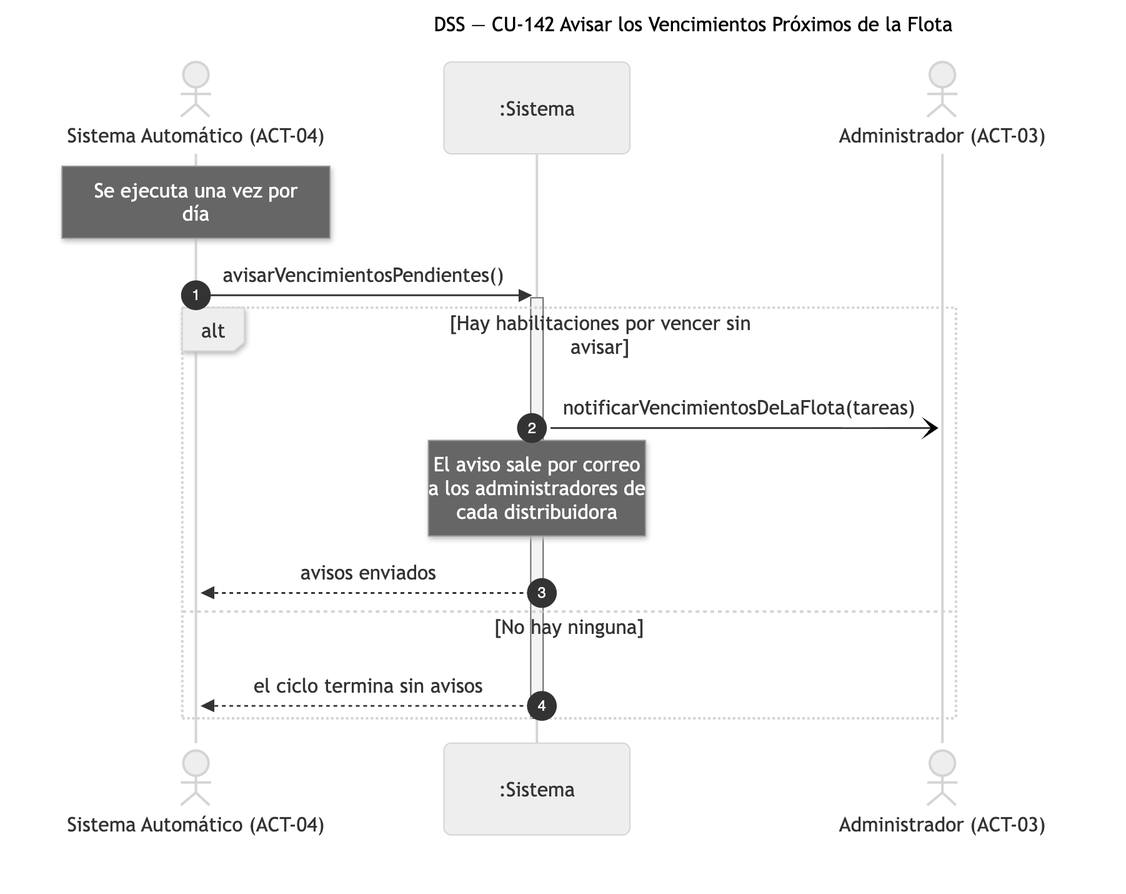
Earlier version of the Mermaid export diagramas/png/DSS_CU-142_Avisar-los-Vencimientos-Proximos-de-la-Flota.png (Nahuelito-Dev/splg-docs). Its source is kept beside it as diagramas/DSS_CU-142_Avisar-los-Vencimientos-Proximos-de-la-Flota.mmd.
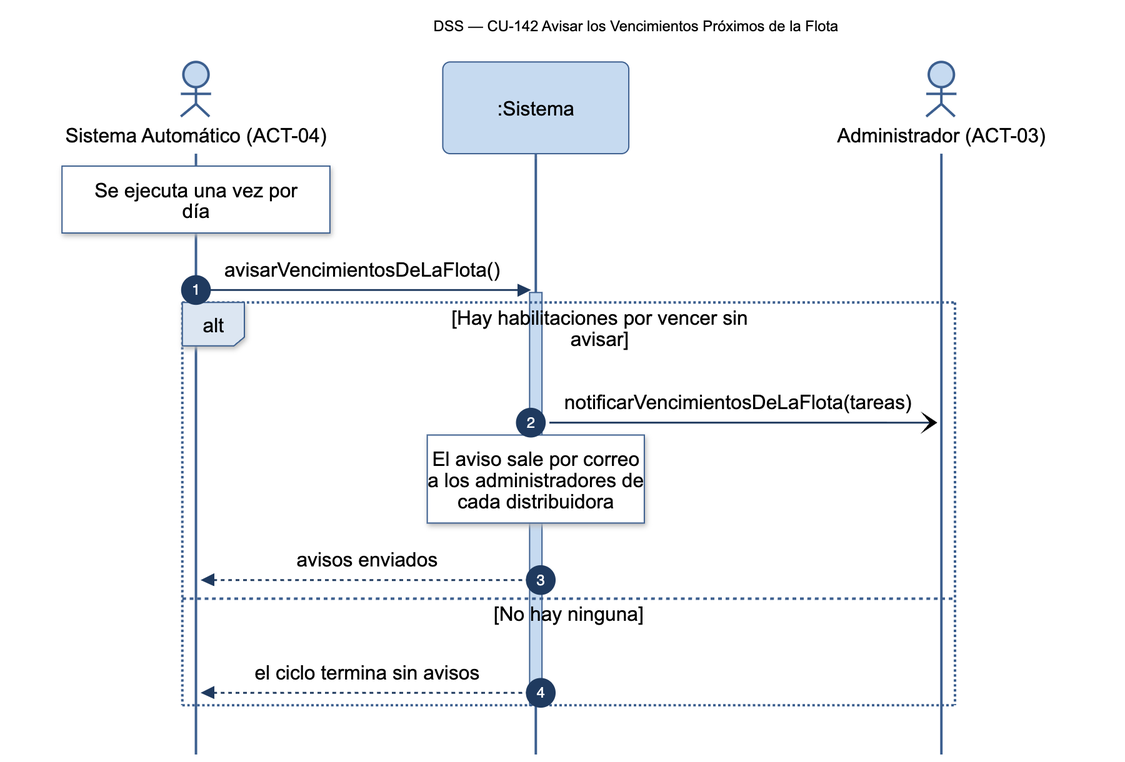
The same file after the commit.

Diff of the diagram source:
```diff
@@ -6,7 +6,7 @@
     actor ADM as Administrador (ACT-03)
 
     Note over SAU: Se ejecuta una vez por<br/>día
-    SAU->>SIS: avisarVencimientosPendientes()
+    SAU->>SIS: avisarVencimientosDeLaFlota()
     activate SIS
     alt Hay habilitaciones por vencer sin avisar
         SIS-)ADM: notificarVencimientosDeLaFlota(tareas)
```
